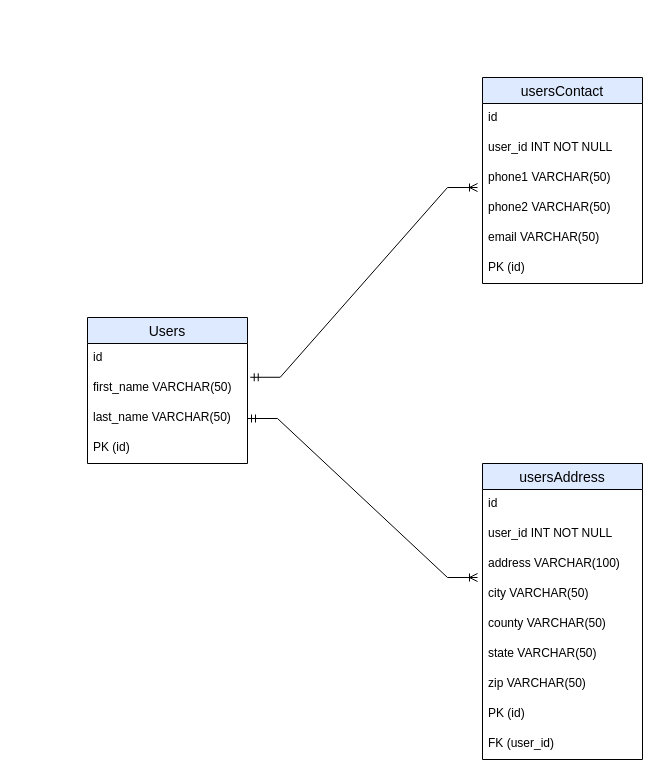
The draw.io diagram Untitled Diagram.drawio in MarisolM09/Backend-Capstone-App, before the edit. Source tidied: cells renumbered, new cells numbered last; positions are measured from the earlier drawing's top-left corner, leaving out a move shared by most shapes. Both pictures are drawn from the tidied source at 100%, with x=0, y=0 at pixel (87, 77).
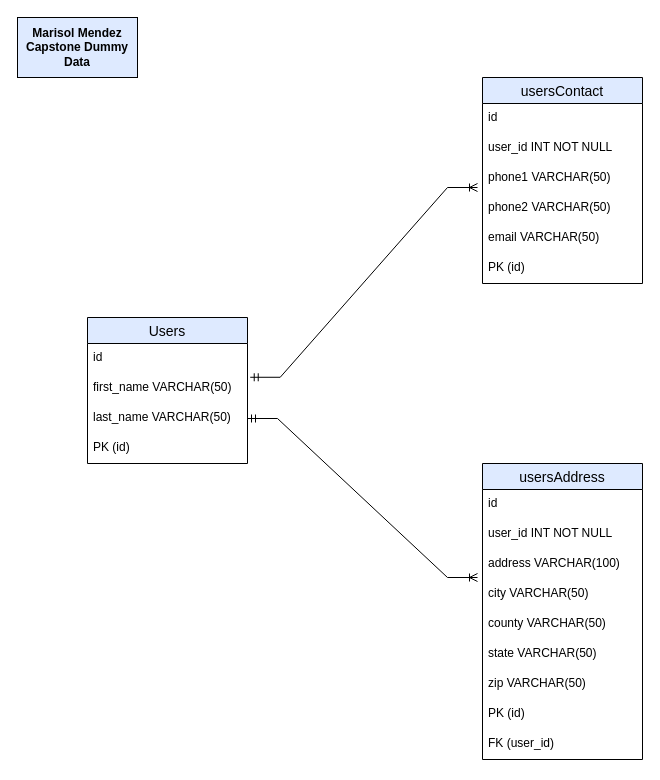
Above is the later version.

What changed in the source:
```diff
@@
+    <mxCell id="26" value="Marisol Mendez&lt;br&gt;Capstone Dummy Data" style="rounded=0;whiteSpace=wrap;html=1;fillColor=#DEEAFF;fontStyle=1;" parent="1" vertex="1">
+      <mxGeometry x="-70" y="-60" width="120" height="60" as="geometry" />
+    </mxCell>
```
